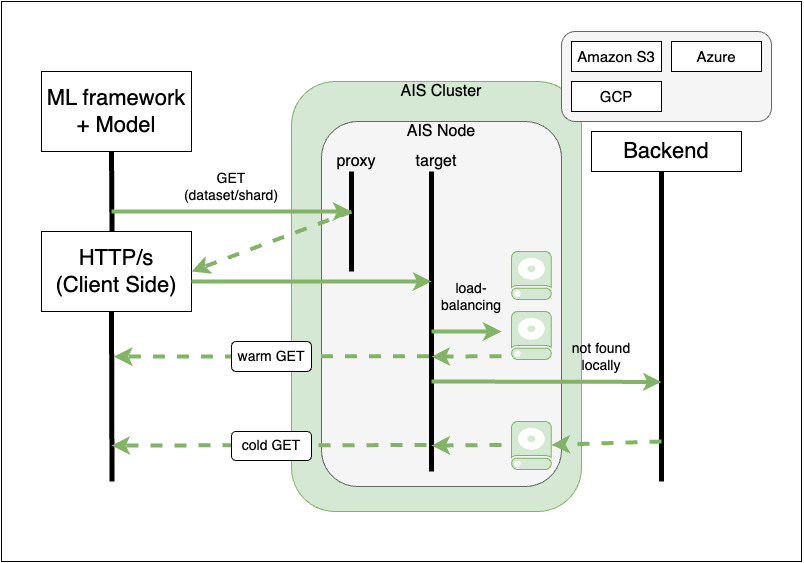
Before: docs/assets/aistore-fast-tier/ais-architecture.png, a diagram exported from draw.io (NVIDIA/aistore). Source tidied: cells renumbered, new cells last; positions are measured from the earlier drawing's top-left corner, leaving out a move shared by most shapes.
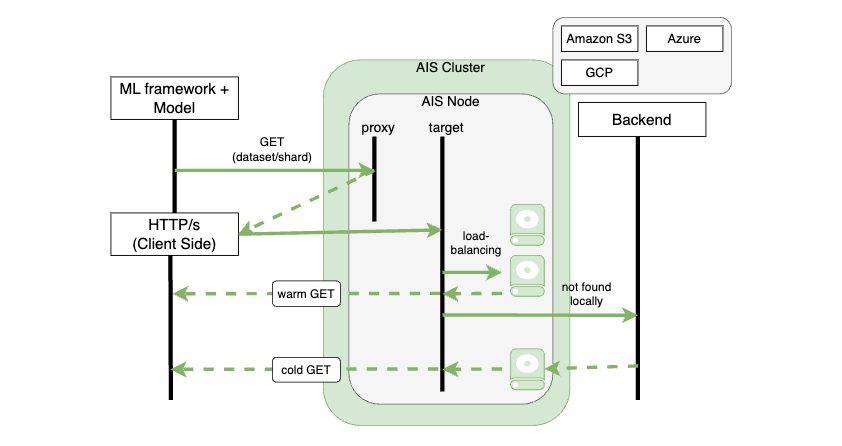
After the change.

Commit message:
blog: follow up

What changed in the source:
```diff
@@ -2,8 +2,8 @@
   <root>
     <mxCell id="0" />
     <mxCell id="1" parent="0" />
-    <mxCell id="2" style="rounded=0;whiteSpace=wrap;html=1;" parent="1" vertex="1">
-      <mxGeometry width="800" height="560" as="geometry" />
+    <mxCell id="2" style="rounded=0;whiteSpace=wrap;html=1;strokeColor=none;" parent="1" vertex="1">
+      <mxGeometry x="-90" y="10" width="990" height="524" as="geometry" />
     </mxCell>
     <mxCell id="3" style="rounded=1;whiteSpace=wrap;html=1;fillColor=#d5e8d4;strokeColor=#82b366;" parent="1" vertex="1">
       <mxGeometry x="290" y="80" width="290" height="430" as="geometry" />
@@ -11,11 +11,11 @@
     <mxCell id="4" style="rounded=1;whiteSpace=wrap;html=1;fillColor=#f5f5f5;fontColor=#333333;strokeColor=#666666;" parent="1" vertex="1">
       <mxGeometry x="320" y="120" width="240" height="365" as="geometry" />
     </mxCell>
-    <mxCell id="5" value="&lt;font style=&quot;font-size: 22px;&quot;&gt;ML framework + Model&lt;/font&gt;" style="rounded=0;whiteSpace=wrap;html=1;" parent="1" vertex="1">
-      <mxGeometry x="40" y="70" width="150" height="80" as="geometry" />
+    <mxCell id="5" value="&lt;font style=&quot;font-size: 18px;&quot;&gt;ML framework + Model&lt;/font&gt;" style="rounded=0;whiteSpace=wrap;html=1;" parent="1" vertex="1">
+      <mxGeometry x="40" y="100" width="150" height="50" as="geometry" />
     </mxCell>
-    <mxCell id="6" value="&lt;font style=&quot;font-size: 22px;&quot;&gt;HTTP/s&lt;br&gt;(Client Side)&lt;br&gt;&lt;/font&gt;" style="rounded=0;whiteSpace=wrap;html=1;" parent="1" vertex="1">
-      <mxGeometry x="40" y="230" width="150" height="80" as="geometry" />
+    <mxCell id="6" value="&lt;font style=&quot;font-size: 18px;&quot;&gt;HTTP/s&lt;br&gt;(Client Side)&lt;br&gt;&lt;/font&gt;" style="rounded=0;whiteSpace=wrap;html=1;" parent="1" vertex="1">
+      <mxGeometry x="40" y="260" width="150" height="50" as="geometry" />
     </mxCell>
     <mxCell id="7" style="endArrow=none;html=1;rounded=0;strokeWidth=5;" parent="1" edge="1">
       <mxGeometry relative="1" as="geometry">
@@ -29,11 +29,8 @@
         <mxPoint x="430" y="170" as="targetPoint" />
       </mxGeometry>
     </mxCell>
-    <mxCell id="9" style="endArrow=none;html=1;rounded=0;strokeWidth=5;exitX=0.5;exitY=0;exitDx=0;exitDy=0;" parent="1" edge="1">
-      <mxGeometry relative="1" as="geometry">
-        <mxPoint x="110.5" y="230" as="sourcePoint" />
-        <mxPoint x="110" y="150" as="targetPoint" />
-      </mxGeometry>
+    <mxCell id="9" style="endArrow=none;html=1;rounded=0;strokeWidth=5;exitX=0.5;exitY=0;exitDx=0;exitDy=0;entryX=0.5;entryY=1;entryDx=0;entryDy=0;" parent="1" edge="1" source="6" target="5">
+      <mxGeometry relative="1" as="geometry" />
     </mxCell>
     <mxCell id="10" style="endArrow=none;html=1;rounded=0;strokeWidth=5;" parent="1" edge="1">
       <mxGeometry relative="1" as="geometry">
@@ -43,7 +40,7 @@
     </mxCell>
     <mxCell id="11" style="endArrow=classic;html=1;rounded=0;fillColor=#d5e8d4;strokeColor=#82b366;strokeWidth=4;" parent="1" edge="1">
       <mxGeometry relative="1" as="geometry">
-        <mxPoint x="110" y="210" as="sourcePoint" />
+        <mxPoint x="115" y="210" as="sourcePoint" />
         <mxPoint x="350" y="210" as="targetPoint" />
       </mxGeometry>
     </mxCell>
@@ -52,9 +49,8 @@
         <mxPoint x="350" y="210" as="sourcePoint" />
       </mxGeometry>
     </mxCell>
-    <mxCell id="13" style="endArrow=classic;html=1;rounded=0;fillColor=#d5e8d4;strokeColor=#82b366;strokeWidth=4;" parent="1" edge="1">
+    <mxCell id="13" style="endArrow=classic;html=1;rounded=0;fillColor=#d5e8d4;strokeColor=#82b366;strokeWidth=4;exitX=1;exitY=0.5;exitDx=0;exitDy=0;" parent="1" edge="1" source="6">
       <mxGeometry relative="1" as="geometry">
-        <mxPoint x="190" y="280" as="sourcePoint" />
         <mxPoint x="430" y="280" as="targetPoint" />
       </mxGeometry>
     </mxCell>
@@ -82,7 +78,7 @@
         <mxPoint x="660" y="170" as="targetPoint" />
       </mxGeometry>
     </mxCell>
-    <mxCell id="20" value="&lt;font style=&quot;font-size: 22px;&quot;&gt;Backend&lt;br&gt;&lt;/font&gt;" style="rounded=0;whiteSpace=wrap;html=1;" parent="1" vertex="1">
+    <mxCell id="20" value="&lt;font style=&quot;&quot;&gt;&lt;font style=&quot;font-size: 18px;&quot;&gt;Backend&lt;/font&gt;&lt;br&gt;&lt;/font&gt;" style="rounded=0;whiteSpace=wrap;html=1;" parent="1" vertex="1">
       <mxGeometry x="590" y="130" width="150" height="40" as="geometry" />
     </mxCell>
     <mxCell id="21" style="rounded=1;whiteSpace=wrap;html=1;fillColor=#f5f5f5;fontColor=#333333;strokeColor=#666666;" parent="1" vertex="1">
```
